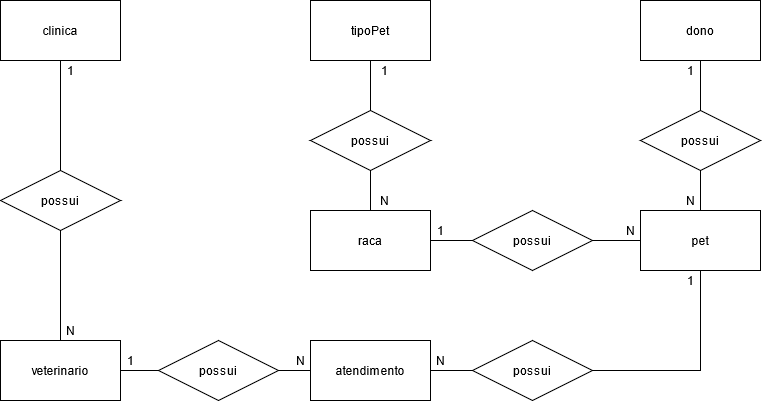
Earlier version of the draw.io export reforco/tarde/lovePets/sprint-1-bd/modelagens/lovePets_modelagem-conceitual.png (RegisMagalhaes/LovePets). Source tidied: cells renumbered, new cells last; positions are measured from the earlier drawing's top-left corner, leaving out a move shared by most shapes. The source it was exported from:
```xml
<mxGraphModel>
  <root>
    <mxCell id="0" />
    <mxCell id="1" parent="0" />
    <mxCell id="2" style="edgeStyle=orthogonalEdgeStyle;rounded=0;jettySize=auto;html=1;endArrow=none;endFill=0;" parent="1" edge="1" source="3" target="11">
      <mxGeometry relative="1" as="geometry" />
    </mxCell>
    <mxCell id="3" value="&lt;div&gt;clinica&lt;/div&gt;" style="rounded=0;whiteSpace=wrap;html=1;" parent="1" vertex="1">
      <mxGeometry width="120" height="60" as="geometry" />
    </mxCell>
    <mxCell id="4" value="veterinario" style="rounded=0;whiteSpace=wrap;html=1;" parent="1" vertex="1">
      <mxGeometry y="340" width="120" height="60" as="geometry" />
    </mxCell>
    <mxCell id="5" style="edgeStyle=orthogonalEdgeStyle;rounded=0;jettySize=auto;html=1;endArrow=none;endFill=0;" parent="1" edge="1" source="6" target="16">
      <mxGeometry relative="1" as="geometry" />
    </mxCell>
    <mxCell id="6" value="atendimento" style="rounded=0;whiteSpace=wrap;html=1;" parent="1" vertex="1">
      <mxGeometry x="310" y="340" width="120" height="60" as="geometry" />
    </mxCell>
    <mxCell id="7" value="pet" style="rounded=0;whiteSpace=wrap;html=1;" parent="1" vertex="1">
      <mxGeometry x="640" y="210" width="120" height="60" as="geometry" />
    </mxCell>
    <mxCell id="8" style="edgeStyle=orthogonalEdgeStyle;rounded=0;jettySize=auto;html=1;endArrow=none;endFill=0;" parent="1" edge="1" source="9" target="18">
      <mxGeometry relative="1" as="geometry" />
    </mxCell>
    <mxCell id="9" value="dono" style="rounded=0;whiteSpace=wrap;html=1;" parent="1" vertex="1">
      <mxGeometry x="640" width="120" height="60" as="geometry" />
    </mxCell>
    <mxCell id="10" style="edgeStyle=orthogonalEdgeStyle;rounded=0;jettySize=auto;html=1;endArrow=none;endFill=0;" parent="1" edge="1" source="11" target="4">
      <mxGeometry relative="1" as="geometry" />
    </mxCell>
    <mxCell id="11" value="possui" style="shape=rhombus;perimeter=rhombusPerimeter;whiteSpace=wrap;html=1;align=center;" parent="1" vertex="1">
      <mxGeometry y="170" width="120" height="60" as="geometry" />
    </mxCell>
    <mxCell id="12" style="edgeStyle=orthogonalEdgeStyle;rounded=0;jettySize=auto;html=1;endArrow=none;endFill=0;" parent="1" edge="1" source="14" target="6">
      <mxGeometry relative="1" as="geometry" />
    </mxCell>
    <mxCell id="13" style="edgeStyle=orthogonalEdgeStyle;rounded=0;jettySize=auto;html=1;endArrow=none;endFill=0;" parent="1" edge="1" source="14" target="4">
      <mxGeometry relative="1" as="geometry" />
    </mxCell>
    <mxCell id="14" value="possui" style="shape=rhombus;perimeter=rhombusPerimeter;whiteSpace=wrap;html=1;align=center;" parent="1" vertex="1">
      <mxGeometry x="158" y="340" width="120" height="60" as="geometry" />
    </mxCell>
    <mxCell id="15" style="edgeStyle=orthogonalEdgeStyle;rounded=0;jettySize=auto;html=1;endArrow=none;endFill=0;" parent="1" edge="1" source="16" target="7">
      <mxGeometry relative="1" as="geometry" />
    </mxCell>
    <mxCell id="16" value="possui" style="shape=rhombus;perimeter=rhombusPerimeter;whiteSpace=wrap;html=1;align=center;" parent="1" vertex="1">
      <mxGeometry x="472" y="340" width="120" height="60" as="geometry" />
    </mxCell>
    <mxCell id="17" style="edgeStyle=orthogonalEdgeStyle;rounded=0;jettySize=auto;html=1;endArrow=none;endFill=0;" parent="1" edge="1" source="18" target="7">
      <mxGeometry relative="1" as="geometry" />
    </mxCell>
    <mxCell id="18" value="possui" style="shape=rhombus;perimeter=rhombusPerimeter;whiteSpace=wrap;html=1;align=center;" parent="1" vertex="1">
      <mxGeometry x="640" y="110" width="120" height="60" as="geometry" />
    </mxCell>
    <mxCell id="19" style="edgeStyle=orthogonalEdgeStyle;rounded=0;jettySize=auto;html=1;endArrow=none;endFill=0;" parent="1" edge="1" source="20" target="22">
      <mxGeometry relative="1" as="geometry" />
    </mxCell>
    <mxCell id="20" value="raca" style="rounded=0;whiteSpace=wrap;html=1;" parent="1" vertex="1">
      <mxGeometry x="310" y="210" width="120" height="60" as="geometry" />
    </mxCell>
    <mxCell id="21" style="edgeStyle=orthogonalEdgeStyle;rounded=0;jettySize=auto;html=1;endArrow=none;endFill=0;" parent="1" edge="1" source="22" target="7">
      <mxGeometry relative="1" as="geometry" />
    </mxCell>
    <mxCell id="22" value="possui" style="shape=rhombus;perimeter=rhombusPerimeter;whiteSpace=wrap;html=1;align=center;" parent="1" vertex="1">
      <mxGeometry x="472" y="210" width="120" height="60" as="geometry" />
    </mxCell>
    <mxCell id="23" style="edgeStyle=orthogonalEdgeStyle;rounded=0;jettySize=auto;html=1;endArrow=none;endFill=0;" parent="1" edge="1" source="24" target="26">
      <mxGeometry relative="1" as="geometry" />
    </mxCell>
    <mxCell id="24" value="tipoPet" style="rounded=0;whiteSpace=wrap;html=1;" parent="1" vertex="1">
      <mxGeometry x="310" width="120" height="60" as="geometry" />
    </mxCell>
    <mxCell id="25" style="edgeStyle=orthogonalEdgeStyle;rounded=0;jettySize=auto;html=1;endArrow=none;endFill=0;" parent="1" edge="1" source="26" target="20">
      <mxGeometry relative="1" as="geometry" />
    </mxCell>
    <mxCell id="26" value="possui" style="shape=rhombus;perimeter=rhombusPerimeter;whiteSpace=wrap;html=1;align=center;" parent="1" vertex="1">
      <mxGeometry x="310" y="110" width="120" height="60" as="geometry" />
    </mxCell>
    <mxCell id="27" value="1" style="text;html=1;align=center;verticalAlign=middle;strokeColor=none;" parent="1" vertex="1">
      <mxGeometry x="60" y="60" width="20" height="20" as="geometry" />
    </mxCell>
    <mxCell id="28" value="N" style="text;html=1;align=center;verticalAlign=middle;strokeColor=none;" parent="1" vertex="1">
      <mxGeometry x="60" y="320" width="20" height="20" as="geometry" />
    </mxCell>
    <mxCell id="29" value="1" style="text;html=1;align=center;verticalAlign=middle;strokeColor=none;" parent="1" vertex="1">
      <mxGeometry x="120" y="350" width="20" height="20" as="geometry" />
    </mxCell>
    <mxCell id="30" value="N" style="text;html=1;align=center;verticalAlign=middle;strokeColor=none;" parent="1" vertex="1">
      <mxGeometry x="290" y="350" width="20" height="20" as="geometry" />
    </mxCell>
    <mxCell id="31" value="N" style="text;html=1;align=center;verticalAlign=middle;strokeColor=none;" parent="1" vertex="1">
      <mxGeometry x="430" y="350" width="20" height="20" as="geometry" />
    </mxCell>
    <mxCell id="32" value="1" style="text;html=1;align=center;verticalAlign=middle;strokeColor=none;" parent="1" vertex="1">
      <mxGeometry x="680" y="270" width="20" height="20" as="geometry" />
    </mxCell>
    <mxCell id="33" value="1" style="text;html=1;align=center;verticalAlign=middle;strokeColor=none;" parent="1" vertex="1">
      <mxGeometry x="680" y="60" width="20" height="20" as="geometry" />
    </mxCell>
    <mxCell id="34" value="N" style="text;html=1;align=center;verticalAlign=middle;strokeColor=none;" parent="1" vertex="1">
      <mxGeometry x="680" y="190" width="20" height="20" as="geometry" />
    </mxCell>
    <mxCell id="35" value="1" style="text;html=1;align=center;verticalAlign=middle;strokeColor=none;" parent="1" vertex="1">
      <mxGeometry x="430" y="220" width="20" height="20" as="geometry" />
    </mxCell>
    <mxCell id="36" value="N" style="text;html=1;align=center;verticalAlign=middle;strokeColor=none;" parent="1" vertex="1">
      <mxGeometry x="620" y="220" width="20" height="20" as="geometry" />
    </mxCell>
    <mxCell id="37" value="1" style="text;html=1;align=center;verticalAlign=middle;strokeColor=none;" parent="1" vertex="1">
      <mxGeometry x="374" y="60" width="20" height="20" as="geometry" />
    </mxCell>
    <mxCell id="38" value="N" style="text;html=1;align=center;verticalAlign=middle;strokeColor=none;" parent="1" vertex="1">
      <mxGeometry x="374" y="190" width="20" height="20" as="geometry" />
    </mxCell>
  </root>
</mxGraphModel>
```
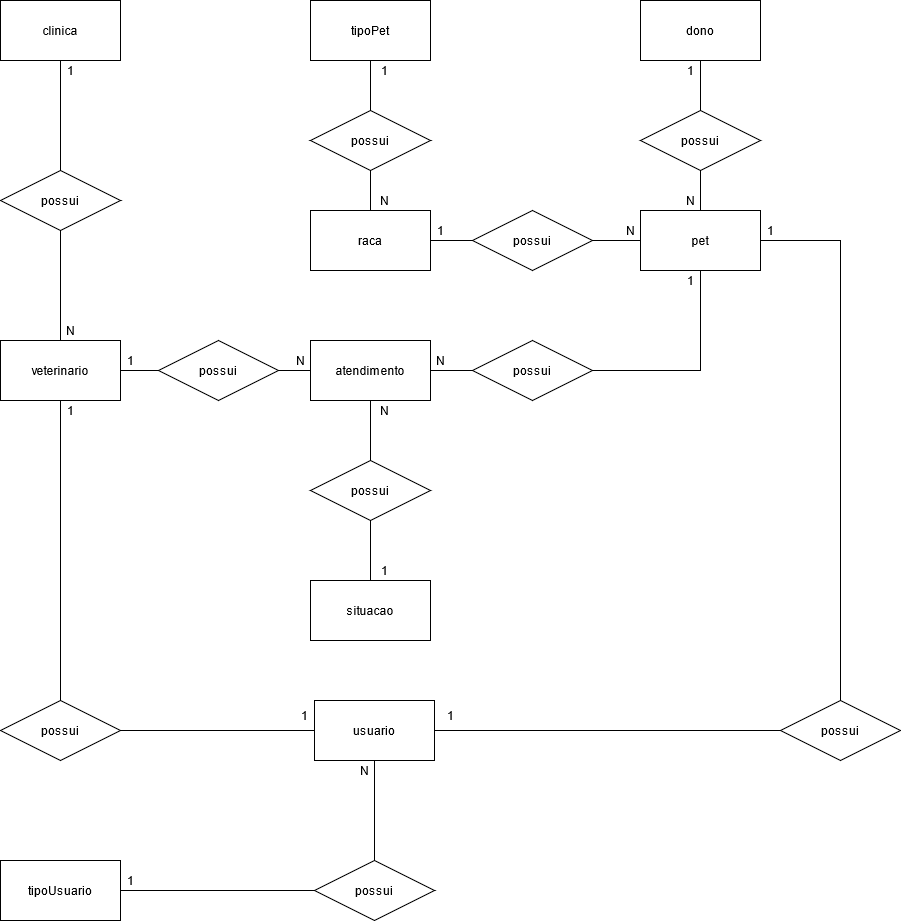
Later version of the same file.

The edit, as a diff of the source:
```diff
@@ -8,12 +8,18 @@
     <mxCell id="3" value="&lt;div&gt;clinica&lt;/div&gt;" style="rounded=0;whiteSpace=wrap;html=1;" parent="1" vertex="1">
       <mxGeometry width="120" height="60" as="geometry" />
     </mxCell>
+    <mxCell id="39" style="edgeStyle=orthogonalEdgeStyle;rounded=0;jettySize=auto;html=1;endArrow=none;endFill=0;" parent="1" edge="1" source="4" target="50">
+      <mxGeometry relative="1" as="geometry" />
+    </mxCell>
     <mxCell id="4" value="veterinario" style="rounded=0;whiteSpace=wrap;html=1;" parent="1" vertex="1">
       <mxGeometry y="340" width="120" height="60" as="geometry" />
     </mxCell>
     <mxCell id="5" style="edgeStyle=orthogonalEdgeStyle;rounded=0;jettySize=auto;html=1;endArrow=none;endFill=0;" parent="1" edge="1" source="6" target="16">
       <mxGeometry relative="1" as="geometry" />
     </mxCell>
+    <mxCell id="40" style="edgeStyle=orthogonalEdgeStyle;rounded=0;jettySize=auto;html=1;endArrow=none;endFill=0;" parent="1" edge="1" source="6" target="59">
+      <mxGeometry relative="1" as="geometry" />
+    </mxCell>
     <mxCell id="6" value="atendimento" style="rounded=0;whiteSpace=wrap;html=1;" parent="1" vertex="1">
       <mxGeometry x="310" y="340" width="120" height="60" as="geometry" />
     </mxCell>
@@ -113,5 +119,73 @@
     <mxCell id="38" value="N" style="text;html=1;align=center;verticalAlign=middle;strokeColor=none;" parent="1" vertex="1">
       <mxGeometry x="374" y="190" width="20" height="20" as="geometry" />
     </mxCell>
+    <mxCell id="41" style="edgeStyle=orthogonalEdgeStyle;rounded=0;jettySize=auto;html=1;endArrow=none;endFill=0;" parent="1" edge="1" source="42" target="46">
+      <mxGeometry relative="1" as="geometry" />
+    </mxCell>
+    <mxCell id="42" value="tipoUsuario" style="rounded=0;whiteSpace=wrap;html=1;" parent="1" vertex="1">
+      <mxGeometry y="860" width="120" height="60" as="geometry" />
+    </mxCell>
+    <mxCell id="43" style="edgeStyle=orthogonalEdgeStyle;rounded=0;jettySize=auto;html=1;endArrow=none;endFill=0;" parent="1" edge="1" source="45" target="46">
+      <mxGeometry relative="1" as="geometry" />
+    </mxCell>
+    <mxCell id="44" style="edgeStyle=orthogonalEdgeStyle;rounded=0;jettySize=auto;html=1;endArrow=none;endFill=0;" parent="1" edge="1" source="45" target="52">
+      <mxGeometry relative="1" as="geometry" />
+    </mxCell>
+    <mxCell id="45" value="usuario" style="rounded=0;whiteSpace=wrap;html=1;" parent="1" vertex="1">
+      <mxGeometry x="314" y="700" width="120" height="60" as="geometry" />
+    </mxCell>
+    <mxCell id="46" value="possui" style="shape=rhombus;perimeter=rhombusPerimeter;whiteSpace=wrap;html=1;align=center;" parent="1" vertex="1">
+      <mxGeometry x="314" y="860" width="120" height="60" as="geometry" />
+    </mxCell>
+    <mxCell id="47" value="1" style="text;html=1;align=center;verticalAlign=middle;strokeColor=none;" parent="1" vertex="1">
+      <mxGeometry x="120" y="870" width="20" height="20" as="geometry" />
+    </mxCell>
+    <mxCell id="48" value="N" style="text;html=1;align=center;verticalAlign=middle;strokeColor=none;" parent="1" vertex="1">
+      <mxGeometry x="354" y="760" width="20" height="20" as="geometry" />
+    </mxCell>
+    <mxCell id="49" style="edgeStyle=orthogonalEdgeStyle;rounded=0;jettySize=auto;html=1;endArrow=none;endFill=0;" parent="1" edge="1" source="50" target="45">
+      <mxGeometry relative="1" as="geometry" />
+    </mxCell>
+    <mxCell id="50" value="possui" style="shape=rhombus;perimeter=rhombusPerimeter;whiteSpace=wrap;html=1;align=center;" parent="1" vertex="1">
+      <mxGeometry y="700" width="120" height="60" as="geometry" />
+    </mxCell>
+    <mxCell id="51" style="edgeStyle=orthogonalEdgeStyle;rounded=0;jettySize=auto;html=1;endArrow=none;endFill=0;" parent="1" edge="1" source="52" target="7">
+      <mxGeometry relative="1" as="geometry">
+        <Array as="points">
+          <mxPoint x="840" y="550" />
+          <mxPoint x="840" y="240" />
+        </Array>
+      </mxGeometry>
+    </mxCell>
+    <mxCell id="52" value="possui" style="shape=rhombus;perimeter=rhombusPerimeter;whiteSpace=wrap;html=1;align=center;" parent="1" vertex="1">
+      <mxGeometry x="780" y="700" width="120" height="60" as="geometry" />
+    </mxCell>
+    <mxCell id="53" value="1" style="text;html=1;align=center;verticalAlign=middle;strokeColor=none;" parent="1" vertex="1">
+      <mxGeometry x="60" y="400" width="20" height="20" as="geometry" />
+    </mxCell>
+    <mxCell id="54" value="1" style="text;html=1;align=center;verticalAlign=middle;strokeColor=none;" parent="1" vertex="1">
+      <mxGeometry x="294" y="705" width="20" height="20" as="geometry" />
+    </mxCell>
+    <mxCell id="55" value="1" style="text;html=1;align=center;verticalAlign=middle;strokeColor=none;" parent="1" vertex="1">
+      <mxGeometry x="440" y="705" width="20" height="20" as="geometry" />
+    </mxCell>
+    <mxCell id="56" value="1" style="text;html=1;align=center;verticalAlign=middle;strokeColor=none;" parent="1" vertex="1">
+      <mxGeometry x="760" y="220" width="20" height="20" as="geometry" />
+    </mxCell>
+    <mxCell id="57" value="situacao" style="rounded=0;whiteSpace=wrap;html=1;" parent="1" vertex="1">
+      <mxGeometry x="310" y="580" width="120" height="60" as="geometry" />
+    </mxCell>
+    <mxCell id="58" style="edgeStyle=orthogonalEdgeStyle;rounded=0;jettySize=auto;html=1;endArrow=none;endFill=0;" parent="1" edge="1" source="59" target="57">
+      <mxGeometry relative="1" as="geometry" />
+    </mxCell>
+    <mxCell id="59" value="possui" style="shape=rhombus;perimeter=rhombusPerimeter;whiteSpace=wrap;html=1;align=center;" parent="1" vertex="1">
+      <mxGeometry x="310" y="460" width="120" height="60" as="geometry" />
+    </mxCell>
+    <mxCell id="60" value="1" style="text;html=1;align=center;verticalAlign=middle;strokeColor=none;" parent="1" vertex="1">
+      <mxGeometry x="374" y="560" width="20" height="20" as="geometry" />
+    </mxCell>
+    <mxCell id="61" value="N" style="text;html=1;align=center;verticalAlign=middle;strokeColor=none;" parent="1" vertex="1">
+      <mxGeometry x="374" y="400" width="20" height="20" as="geometry" />
+    </mxCell>
   </root>
 </mxGraphModel>
```
